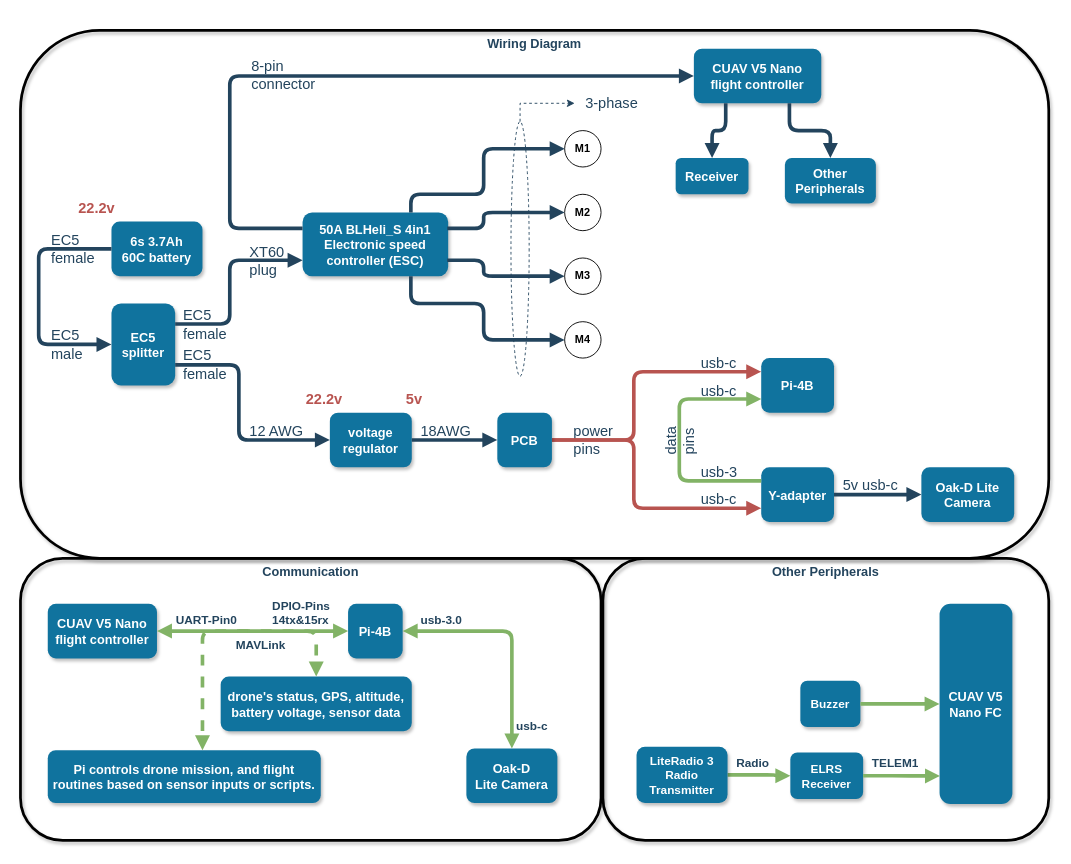
Earlier version of the draw.io diagram electrical-design/wiring-diagram.drawio (MichaelThamm/autonomous-drone). Source tidied: cells renumbered, new cells numbered last; positions are measured from the earlier drawing's top-left corner, leaving out a move shared by most shapes. Both pictures are drawn from the tidied source at 91%, with x=0, y=0 at pixel (20, 15).
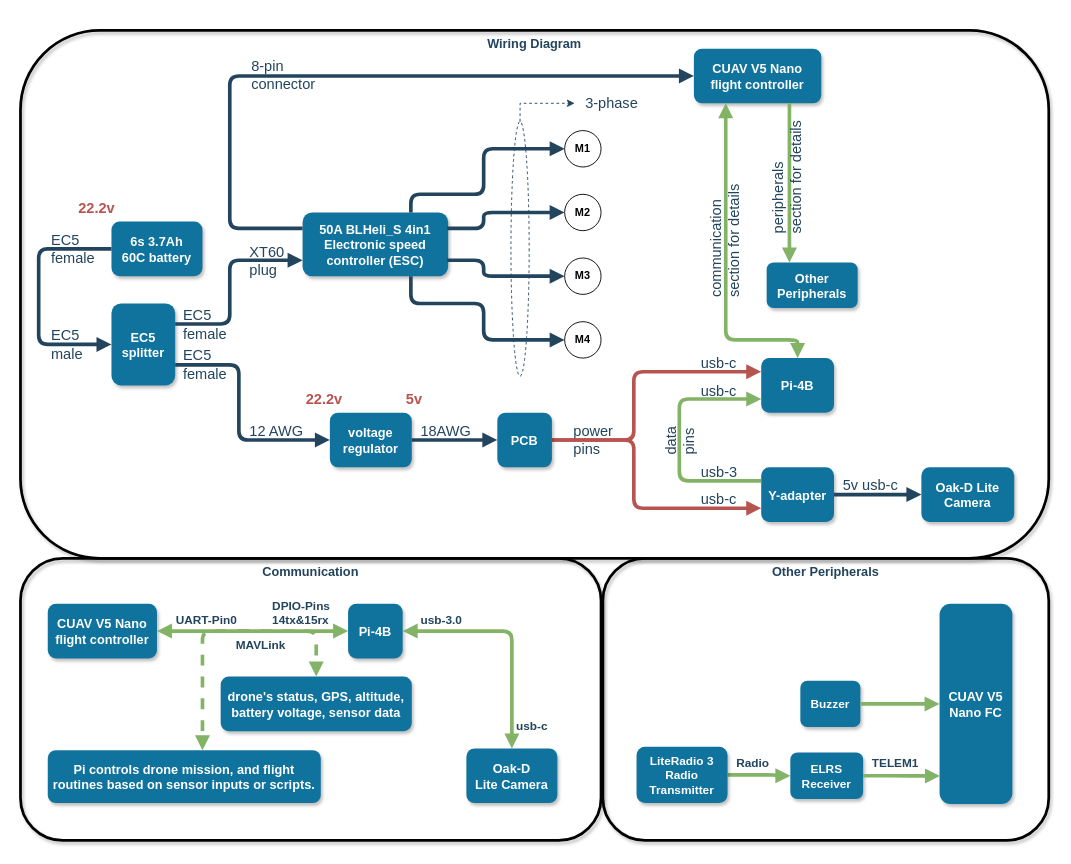
After the change.

Unchanged cells that the change refers to:
```xml
<mxCell id="16" value="CUAV V5 Nano&#10;flight controller" style="rounded=1;fillColor=#10739E;strokeColor=none;shadow=1;gradientColor=none;fontStyle=1;fontColor=#FFFFFF;fontSize=14;" parent="1" vertex="1">
  <mxGeometry x="740" y="36" width="140" height="60" as="geometry" />
</mxCell>
<mxCell id="44" value="Pi-4B" style="rounded=1;fillColor=#10739E;strokeColor=none;shadow=1;gradientColor=none;fontStyle=1;fontColor=#FFFFFF;fontSize=14;" parent="1" vertex="1">
  <mxGeometry x="814" y="376" width="80" height="60" as="geometry" />
</mxCell>
```

Change to the diagram source:
```diff
@@
-    <mxCell id="45" style="edgeStyle=elbowEdgeStyle;strokeWidth=4;endArrow=block;endFill=1;fontStyle=1;strokeColor=#23445D;exitX=0.25;exitY=1;exitDx=0;exitDy=0;entryX=0.5;entryY=0;entryDx=0;entryDy=0;elbow=vertical;" parent="1" edge="1" source="16" target="47">
-      <mxGeometry x="22" y="165.5" as="geometry" />
+    <mxCell id="45" style="edgeStyle=elbowEdgeStyle;strokeWidth=4;endArrow=block;endFill=1;fontStyle=1;strokeColor=#82b366;exitX=0.5;exitY=0;exitDx=0;exitDy=0;entryX=0.25;entryY=1;entryDx=0;entryDy=0;elbow=vertical;fillColor=#d5e8d4;startArrow=block;startFill=1;" parent="1" edge="1" source="44" target="16">
+      <mxGeometry x="22" y="165.5" as="geometry">
+        <Array as="points">
+          <mxPoint x="810" y="356" />
+        </Array>
+      </mxGeometry>
     </mxCell>
-    <mxCell id="46" style="edgeStyle=elbowEdgeStyle;strokeWidth=4;endArrow=block;endFill=1;fontStyle=1;strokeColor=#23445D;exitX=0.75;exitY=1;exitDx=0;exitDy=0;entryX=0.5;entryY=0;entryDx=0;entryDy=0;elbow=vertical;" parent="1" edge="1" source="16" target="48">
+    <mxCell id="46" style="edgeStyle=elbowEdgeStyle;strokeWidth=4;endArrow=block;endFill=1;fontStyle=1;strokeColor=#82b366;exitX=0.75;exitY=1;exitDx=0;exitDy=0;entryX=0.25;entryY=0;entryDx=0;entryDy=0;elbow=vertical;fillColor=#d5e8d4;" parent="1" edge="1" source="16" target="48">
       <mxGeometry x="22" y="165.5" as="geometry" />
     </mxCell>
-    <mxCell id="47" value="Receiver" style="rounded=1;fillColor=#10739E;strokeColor=none;shadow=1;gradientColor=none;fontStyle=1;fontColor=#FFFFFF;fontSize=14;" parent="1" vertex="1">
-      <mxGeometry x="720" y="156" width="80" height="40" as="geometry" />
-    </mxCell>
     <mxCell id="48" value="Other&#10;Peripherals" style="rounded=1;fillColor=#10739E;strokeColor=none;shadow=1;gradientColor=none;fontStyle=1;fontColor=#FFFFFF;fontSize=14;" parent="1" vertex="1">
-      <mxGeometry x="840" y="156" width="100" height="50" as="geometry" />
+      <mxGeometry x="820" y="271" width="100" height="50" as="geometry" />
     </mxCell>
@@
+    <mxCell id="79" value="&lt;div&gt;&lt;font style=&quot;font-size: 16px;&quot;&gt;communication&lt;/font&gt;&lt;/div&gt;&lt;div&gt;&lt;font style=&quot;font-size: 16px;&quot;&gt;section for details&lt;br&gt;&lt;/font&gt;&lt;/div&gt;" style="edgeLabel;html=1;align=left;verticalAlign=middle;horizontal=0;labelBackgroundColor=none;fontColor=#23445D;" parent="1" vertex="1">
+      <mxGeometry x="752" y="376" as="geometry">
+        <mxPoint x="22" y="64" as="offset" />
+      </mxGeometry>
+    </mxCell>
+    <mxCell id="80" value="&lt;div&gt;&lt;font style=&quot;font-size: 16px;&quot;&gt;peripherals&lt;/font&gt;&lt;/div&gt;&lt;div&gt;&lt;font style=&quot;font-size: 16px;&quot;&gt;section for details&lt;br&gt;&lt;/font&gt;&lt;/div&gt;" style="edgeLabel;html=1;align=left;verticalAlign=middle;horizontal=0;labelBackgroundColor=none;fontColor=#23445D;" parent="1" vertex="1">
+      <mxGeometry x="820" y="306" as="geometry">
+        <mxPoint x="22" y="64" as="offset" />
+      </mxGeometry>
+    </mxCell>
```
